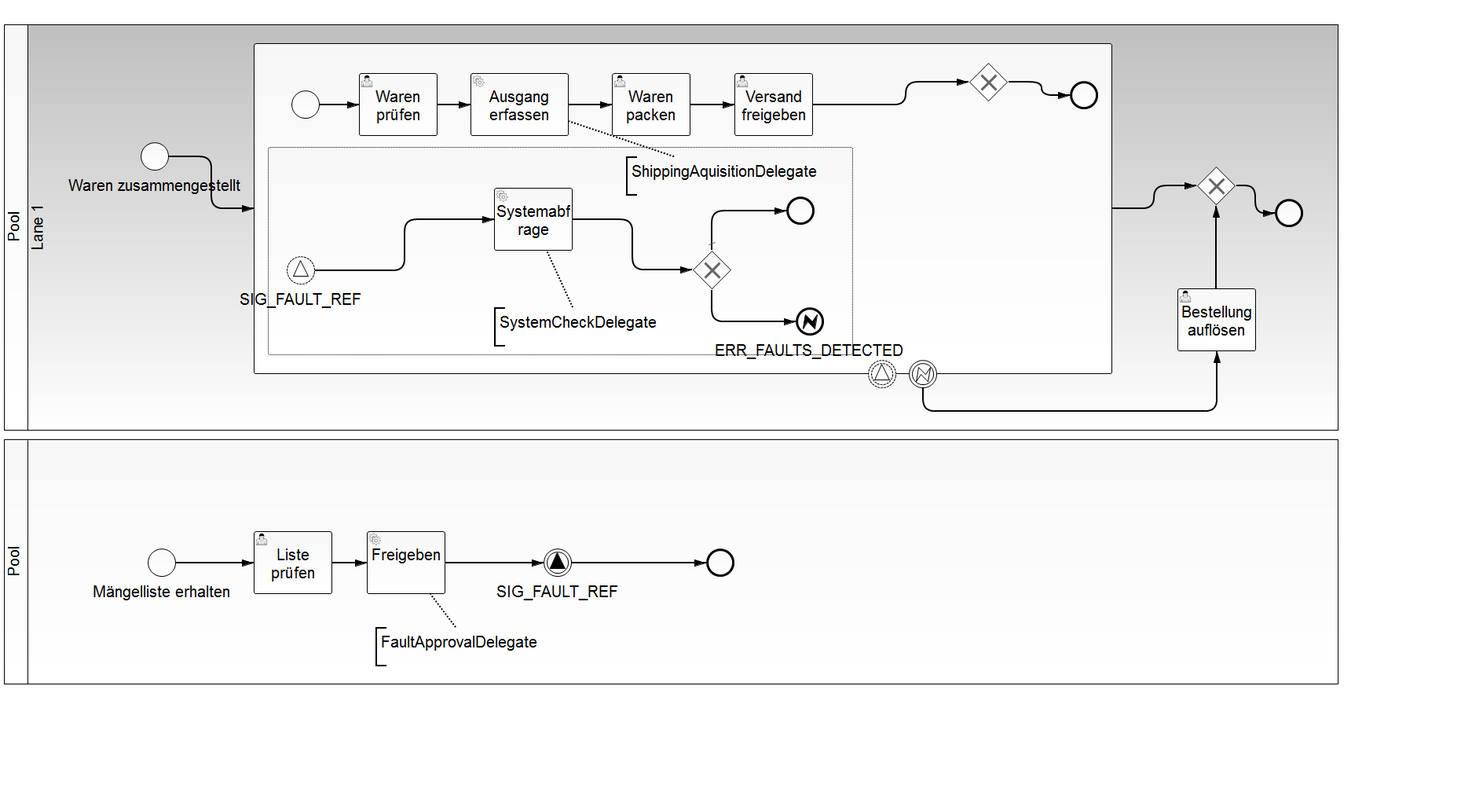
This is bpmn-server/src/main/resources/SignalTest.png from gheddie/bpmn_watcher_all_new, a BPMN export, as it was before one commit. Its source is kept beside it as bpmn-server/src/main/resources/SignalTest.bpmn. Ids are renumbered.
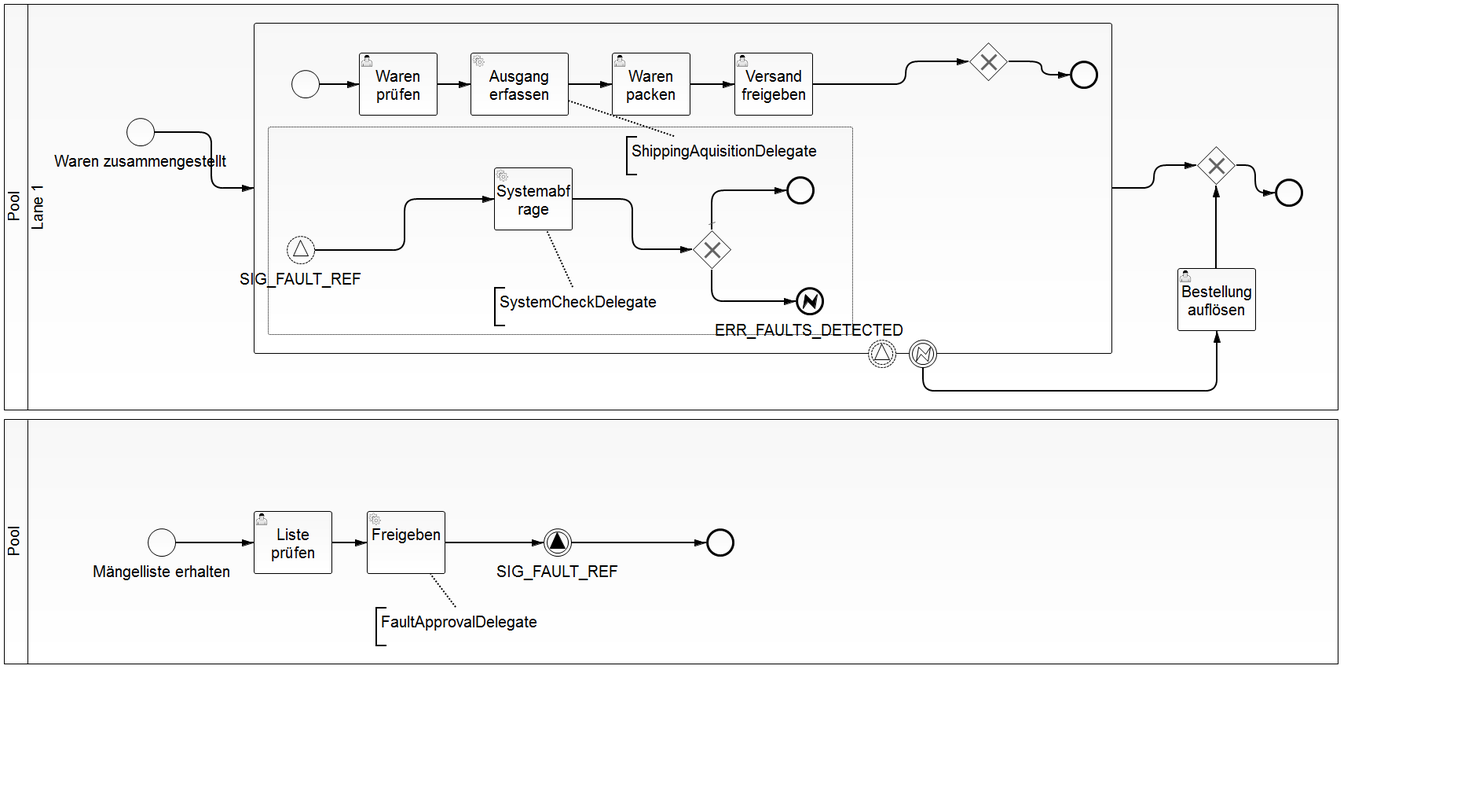
Above is the later version.

The edit, as a diff of the source:
```diff
@@ -7,12 +7,12 @@
     <bpmn2:laneSet id="LaneSet_1" name="Lane Set 1">
       <bpmn2:lane id="Lane_1" name="Lane 1">
         <bpmn2:flowNodeRef>SubProcess_1</bpmn2:flowNodeRef>
-        <bpmn2:flowNodeRef>StartEvent_1</bpmn2:flowNodeRef>
         <bpmn2:flowNodeRef>EndEvent_12</bpmn2:flowNodeRef>
         <bpmn2:flowNodeRef>BoundaryEvent_1</bpmn2:flowNodeRef>
         <bpmn2:flowNodeRef>BoundaryEvent_2</bpmn2:flowNodeRef>
         <bpmn2:flowNodeRef>UserTask_6</bpmn2:flowNodeRef>
         <bpmn2:flowNodeRef>ExclusiveGateway_3</bpmn2:flowNodeRef>
+        <bpmn2:flowNodeRef>StartEvent_1</bpmn2:flowNodeRef>
       </bpmn2:lane>
     </bpmn2:laneSet>
     <bpmn2:subProcess id="SubProcess_1">
@@ -79,10 +79,6 @@
         <bpmn2:sequenceFlow id="SequenceFlow_21" name="" sourceRef="ServiceTask_6" targetRef="ExclusiveGateway_1"/>
       </bpmn2:subProcess>
     </bpmn2:subProcess>
-    <bpmn2:startEvent id="StartEvent_1" name="Waren zusammengestellt">
-      <bpmn2:outgoing>SequenceFlow_1</bpmn2:outgoing>
-    </bpmn2:startEvent>
-    <bpmn2:sequenceFlow id="SequenceFlow_1" name="" sourceRef="StartEvent_1" targetRef="SubProcess_1"/>
     <bpmn2:sequenceFlow id="SequenceFlow_32" name="" sourceRef="SubProcess_1" targetRef="ExclusiveGateway_3"/>
     <bpmn2:endEvent id="EndEvent_12">
       <bpmn2:incoming>SequenceFlow_33</bpmn2:incoming>
@@ -106,6 +102,10 @@
       <bpmn2:outgoing>SequenceFlow_33</bpmn2:outgoing>
     </bpmn2:exclusiveGateway>
     <bpmn2:sequenceFlow id="SequenceFlow_33" name="" sourceRef="ExclusiveGateway_3" targetRef="EndEvent_12"/>
+    <bpmn2:startEvent id="StartEvent_1" name="Waren zusammengestellt">
+      <bpmn2:outgoing>SequenceFlow_1</bpmn2:outgoing>
+    </bpmn2:startEvent>
+    <bpmn2:sequenceFlow id="SequenceFlow_1" name="" sourceRef="StartEvent_1" targetRef="SubProcess_1"/>
     <bpmn2:textAnnotation id="TextAnnotation_1">
       <bpmn2:text>SystemCheckDelegate</bpmn2:text>
     </bpmn2:textAnnotation>
@@ -155,21 +155,21 @@
         <dc:Bounds height="517.0" width="1669.0" x="30.0" y="0.0"/>
       </bpmndi:BPMNShape>
       <bpmndi:BPMNShape id="_BPMNShape_StartEvent_2" bpmnElement="StartEvent_1">
-        <dc:Bounds height="36.0" width="36.0" x="174.0" y="150.0"/>
+        <dc:Bounds height="36.0" width="36.0" x="156.0" y="145.0"/>
         <bpmndi:BPMNLabel>
-          <dc:Bounds height="29.0" width="226.0" x="79.0" y="191.0"/>
+          <dc:Bounds height="29.0" width="226.0" x="61.0" y="186.0"/>
         </bpmndi:BPMNLabel>
       </bpmndi:BPMNShape>
       <bpmndi:BPMNShape id="_BPMNShape_SubProcess_2" bpmnElement="SubProcess_1" isExpanded="true">
         <dc:Bounds height="421.0" width="1093.0" x="318.0" y="24.0"/>
       </bpmndi:BPMNShape>
       <bpmndi:BPMNEdge id="BPMNEdge_SequenceFlow_1" bpmnElement="SequenceFlow_1" sourceElement="_BPMNShape_StartEvent_2" targetElement="_BPMNShape_SubProcess_2">
-        <di:waypoint xsi:type="dc:Point" x="210.0" y="168.0"/>
-        <di:waypoint xsi:type="dc:Point" x="264.0" y="168.0"/>
+        <di:waypoint xsi:type="dc:Point" x="192.0" y="163.0"/>
+        <di:waypoint xsi:type="dc:Point" x="264.0" y="163.0"/>
         <di:waypoint xsi:type="dc:Point" x="264.0" y="234.0"/>
         <di:waypoint xsi:type="dc:Point" x="318.0" y="234.0"/>
         <bpmndi:BPMNLabel>
-          <dc:Bounds height="6.0" width="6.0" x="261.0" y="177.0"/>
+          <dc:Bounds height="6.0" width="6.0" x="252.0" y="163.0"/>
         </bpmndi:BPMNLabel>
       </bpmndi:BPMNEdge>
       <bpmndi:BPMNShape id="_BPMNShape_StartEvent_3" bpmnElement="StartEvent_2">
```
